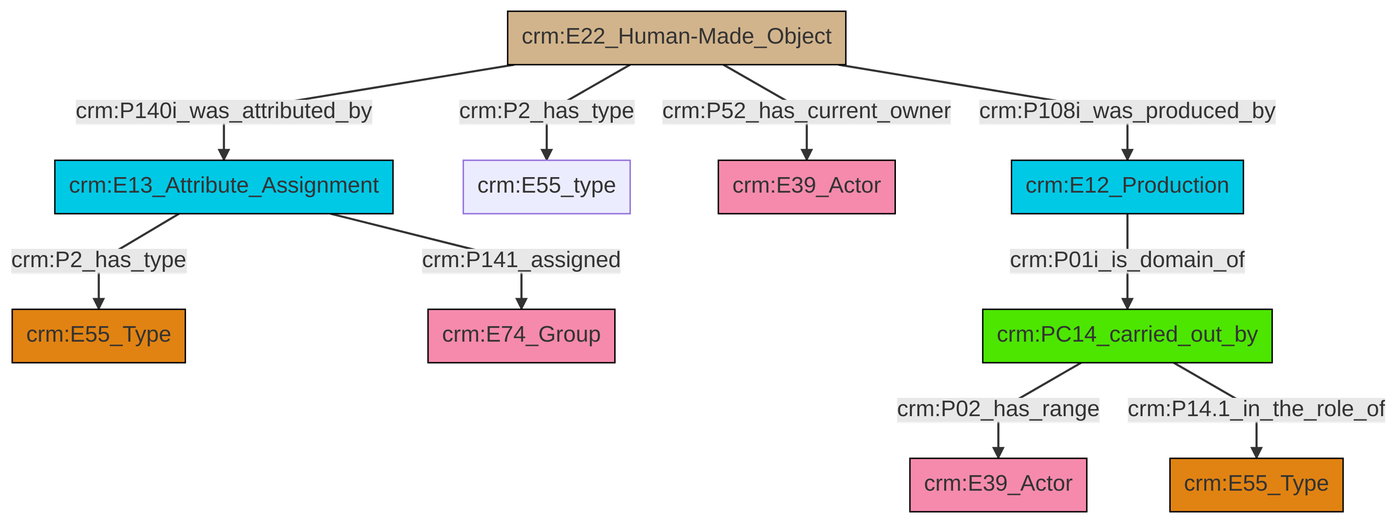
Earlier version of the Mermaid export et/builtWorkCSV/ttl/mmd/png/Built_Work_actor_relations.png (swiss-art-research-net/reference-data-models). Its source is kept beside it as et/builtWorkCSV/ttl/mmd/Built_Work_actor_relations.ttl.mmd.
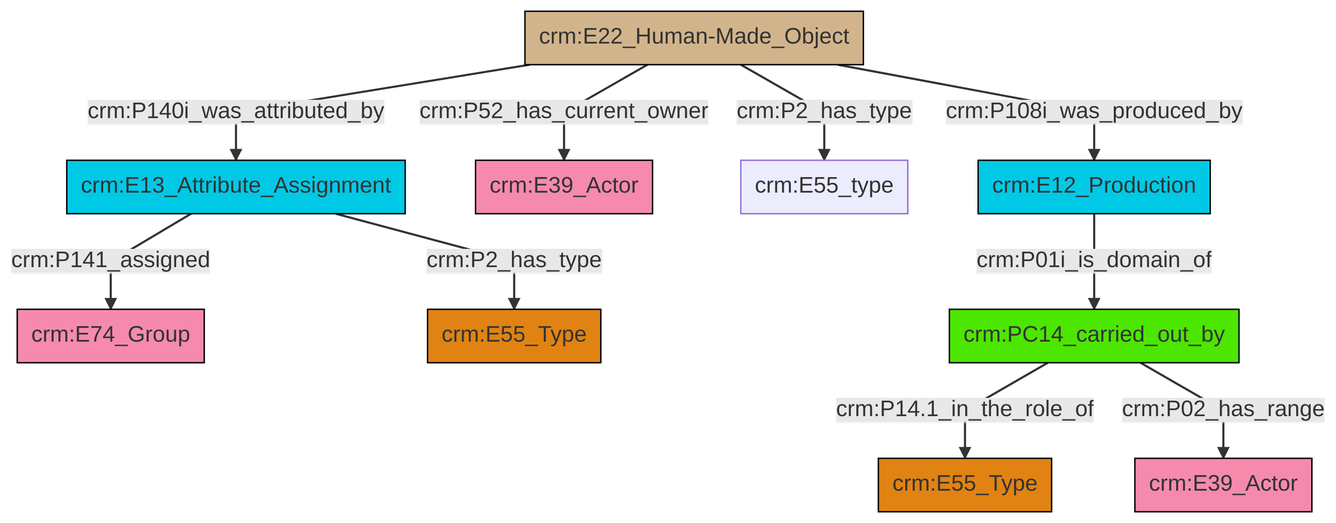
Later version of the same file.

Change to the diagram source:
```diff
@@ -13,12 +13,12 @@
 classDef PC_Classes fill:#4ce600, stroke:#000000;
 classDef Multi fill:#cccccc,stroke:#000000;
 
-0["crm:E13_Attribute_Assignment"]:::Temporal_Entity -->|crm:P2_has_type| 1["crm:E55_Type"]:::Type
-4["crm:E22_Human-Made_Object"]:::Physical_Thing -->|crm:P2_has_type| 5["crm:E55_type"]:::Default
-4["crm:E22_Human-Made_Object"]:::Physical_Thing -->|crm:P52_has_current_owner| 12["crm:E39_Actor"]:::Actor
-0["crm:E13_Attribute_Assignment"]:::Temporal_Entity -->|crm:P141_assigned| 6["crm:E74_Group"]:::Actor
-4["crm:E22_Human-Made_Object"]:::Physical_Thing -->|crm:P140i_was_attributed_by| 0["crm:E13_Attribute_Assignment"]:::Temporal_Entity
-10["crm:PC14_carried_out_by"]:::PC_Classes -->|crm:P02_has_range| 2["crm:E39_Actor"]:::Actor
-15["crm:E12_Production"]:::Temporal_Entity -->|crm:P01i_is_domain_of| 10["crm:PC14_carried_out_by"]:::PC_Classes
-10["crm:PC14_carried_out_by"]:::PC_Classes -->|crm:P14.1_in_the_role_of| 8["crm:E55_Type"]:::Type
-4["crm:E22_Human-Made_Object"]:::Physical_Thing -->|crm:P108i_was_produced_by| 15["crm:E12_Production"]:::Temporal_Entity
+0["crm:E13_Attribute_Assignment"]:::Temporal_Entity -->|crm:P141_assigned| 1["crm:E74_Group"]:::Actor
+7["crm:PC14_carried_out_by"]:::PC_Classes -->|crm:P14.1_in_the_role_of| 3["crm:E55_Type"]:::Type
+7["crm:PC14_carried_out_by"]:::PC_Classes -->|crm:P02_has_range| 11["crm:E39_Actor"]:::Actor
+0["crm:E13_Attribute_Assignment"]:::Temporal_Entity -->|crm:P2_has_type| 9["crm:E55_Type"]:::Type
+5["crm:E22_Human-Made_Object"]:::Physical_Thing -->|crm:P140i_was_attributed_by| 0["crm:E13_Attribute_Assignment"]:::Temporal_Entity
+5["crm:E22_Human-Made_Object"]:::Physical_Thing -->|crm:P52_has_current_owner| 15["crm:E39_Actor"]:::Actor
+5["crm:E22_Human-Made_Object"]:::Physical_Thing -->|crm:P2_has_type| 16["crm:E55_type"]:::Default
+12["crm:E12_Production"]:::Temporal_Entity -->|crm:P01i_is_domain_of| 7["crm:PC14_carried_out_by"]:::PC_Classes
+5["crm:E22_Human-Made_Object"]:::Physical_Thing -->|crm:P108i_was_produced_by| 12["crm:E12_Production"]:::Temporal_Entity
```
